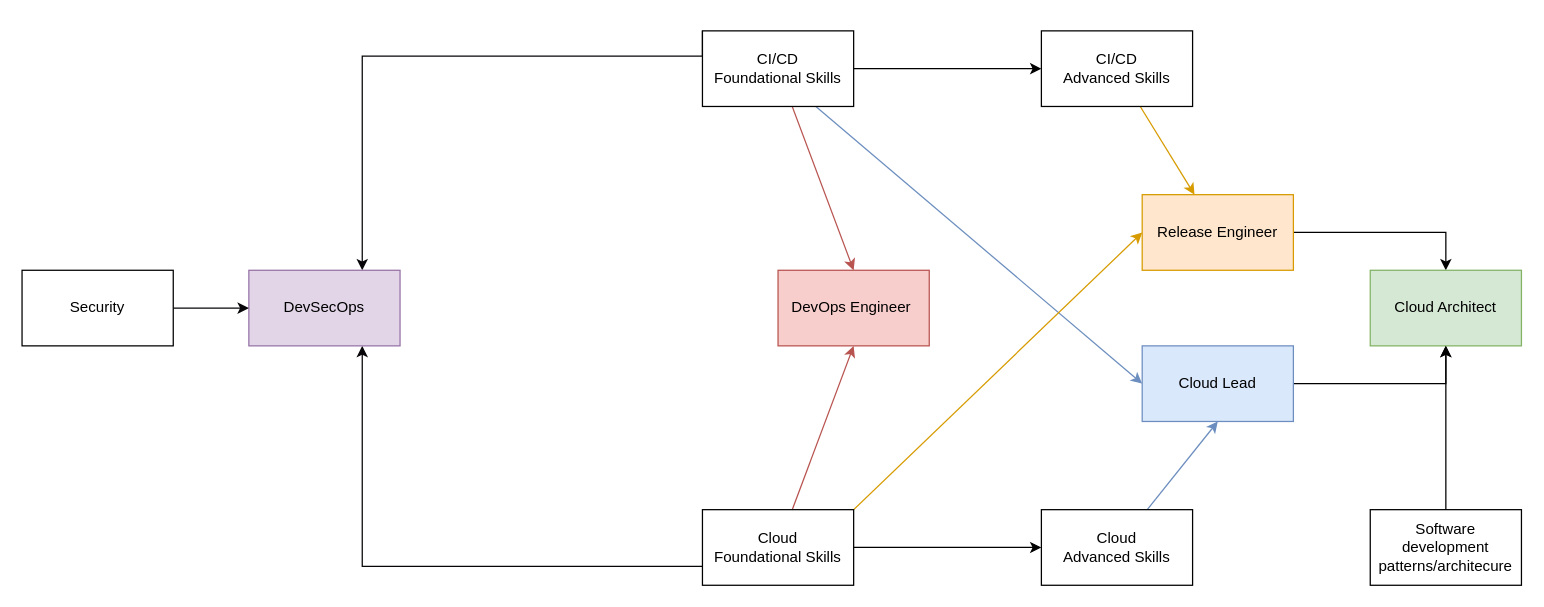
acalder88/devops keeps this draw.io diagram as Untitled Diagram.drawio. Above is the earlier version. Source tidied: cells renumbered, new cells numbered last; positions are measured from the earlier drawing's top-left corner, leaving out a move shared by most shapes. Both pictures are drawn from the tidied source at 126%, with x=0, y=0 at pixel (21, 30).
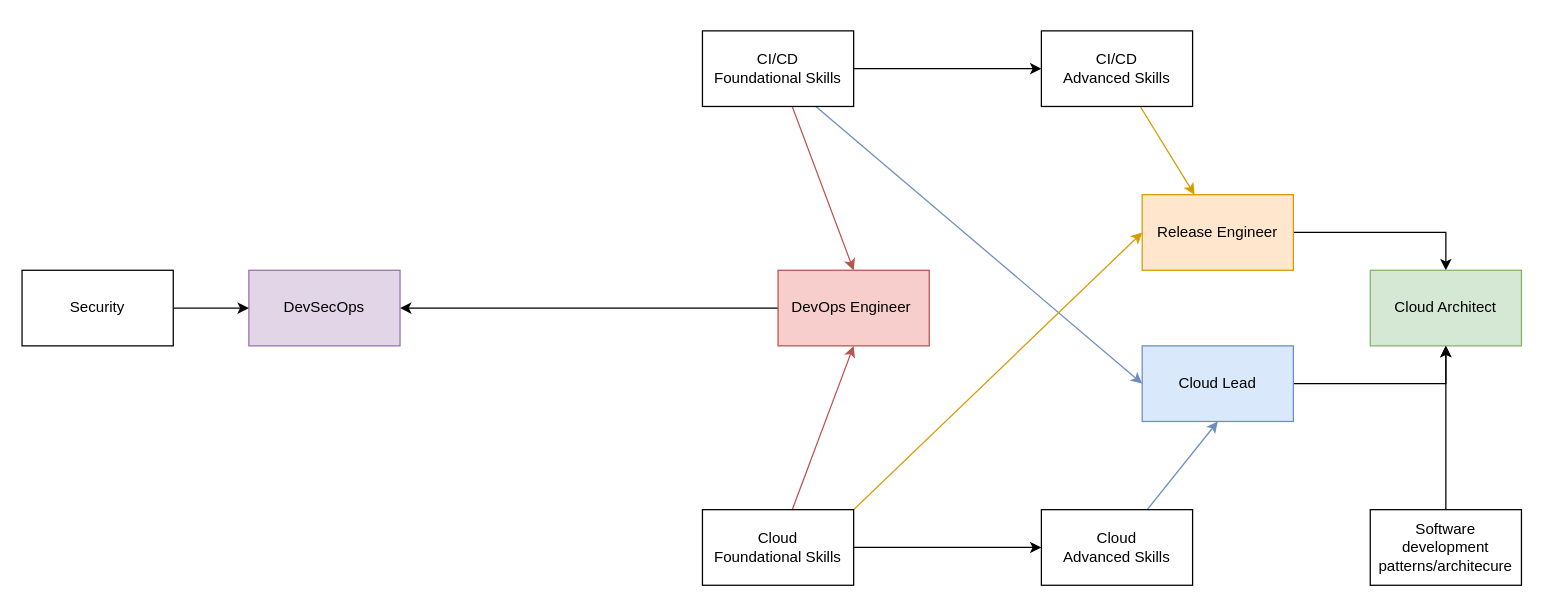
Above is the later version.

Commit message:
Update devsecops path

The change refers to these unchanged cells:
```xml
<mxCell id="6" value="CI/CD &lt;br&gt;Foundational Skills" style="rounded=0;whiteSpace=wrap;html=1;" parent="1" vertex="1">
  <mxGeometry x="540" width="120" height="60" as="geometry" />
</mxCell>
<mxCell id="11" value="Cloud&lt;br&gt;Foundational Skills" style="rounded=0;whiteSpace=wrap;html=1;" parent="1" vertex="1">
  <mxGeometry x="540" y="380" width="120" height="60" as="geometry" />
</mxCell>
<mxCell id="20" value="DevOps Engineer&amp;nbsp;" style="rounded=0;whiteSpace=wrap;html=1;fillColor=#f8cecc;strokeColor=#b85450;" parent="1" vertex="1">
  <mxGeometry x="600" y="190" width="120" height="60" as="geometry" />
</mxCell>
<mxCell id="21" value="DevSecOps" style="rounded=0;whiteSpace=wrap;html=1;fillColor=#e1d5e7;strokeColor=#9673a6;" parent="1" vertex="1">
  <mxGeometry x="180" y="190" width="120" height="60" as="geometry" />
</mxCell>
```

Change to the diagram source:
```diff
@@
-    <mxCell id="2" style="edgeStyle=orthogonalEdgeStyle;rounded=0;jettySize=auto;html=1;exitX=0;exitY=0;exitDx=0;exitDy=0;fillColor=#e1d5e7;entryX=0.75;entryY=0;entryDx=0;entryDy=0;strokeColor=#070508;" parent="1" edge="1" source="6" target="21">
-      <mxGeometry relative="1" as="geometry">
-        <Array as="points">
-          <mxPoint x="540" y="20" />
-          <mxPoint x="270" y="20" />
-        </Array>
-      </mxGeometry>
-    </mxCell>
@@
-    <mxCell id="7" style="edgeStyle=orthogonalEdgeStyle;rounded=0;jettySize=auto;html=1;fillColor=#e1d5e7;entryX=0.75;entryY=1;entryDx=0;entryDy=0;exitX=0;exitY=0.75;exitDx=0;exitDy=0;strokeColor=#070508;" parent="1" edge="1" source="11" target="21">
-      <mxGeometry relative="1" as="geometry">
-        <Array as="points">
-          <mxPoint x="270" y="425" />
-        </Array>
-      </mxGeometry>
-    </mxCell>
@@
+    <mxCell id="27" style="edgeStyle=orthogonalEdgeStyle;rounded=0;jettySize=auto;html=1;entryX=1;entryY=0.5;entryDx=0;entryDy=0;" parent="1" edge="1" source="20" target="21">
+      <mxGeometry relative="1" as="geometry" />
+    </mxCell>
```
